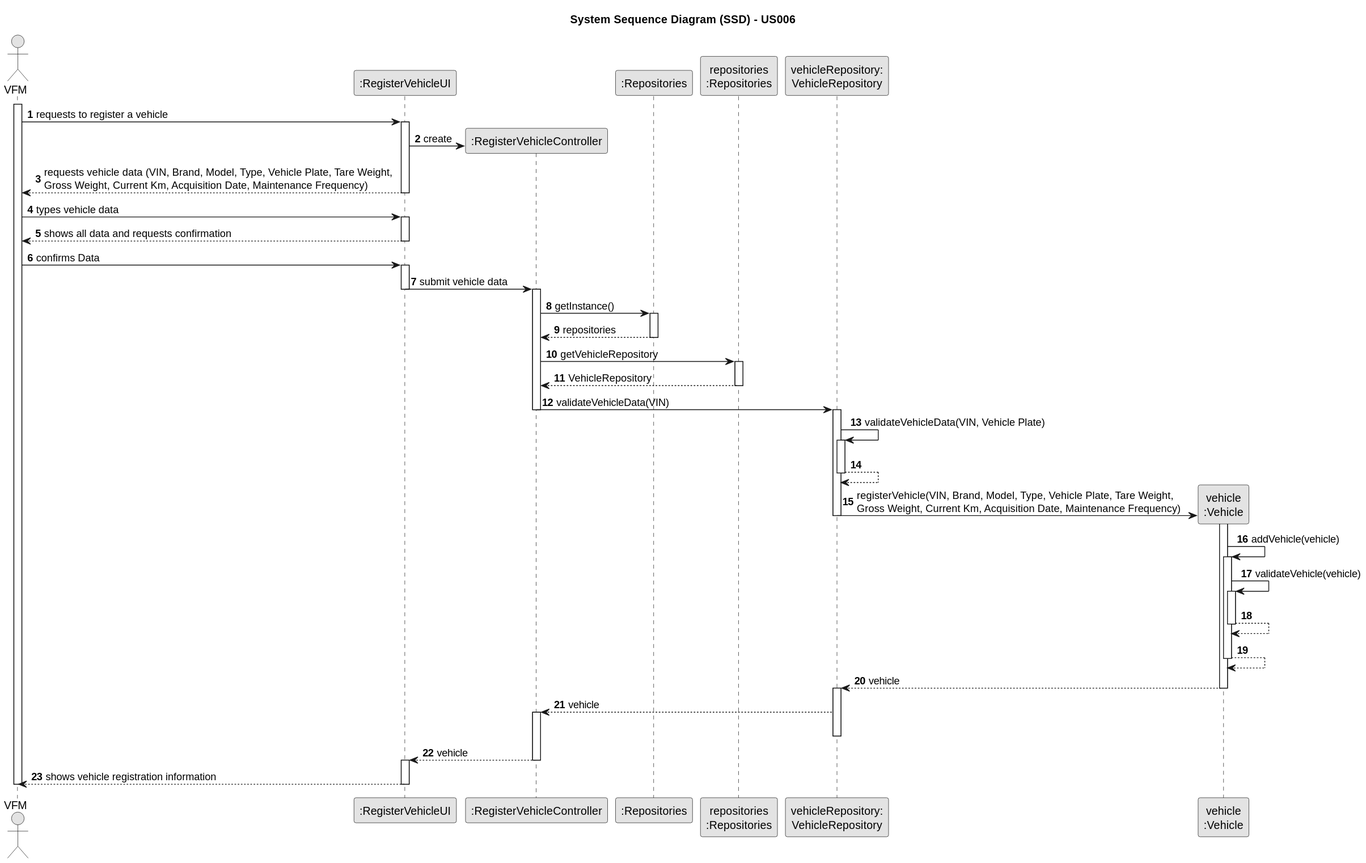
Earlier version of the PlantUML export docs/sprintB/us006/03.design/svg/us006-sequence-diagram-full.svg (ricardomm7/leaflink).
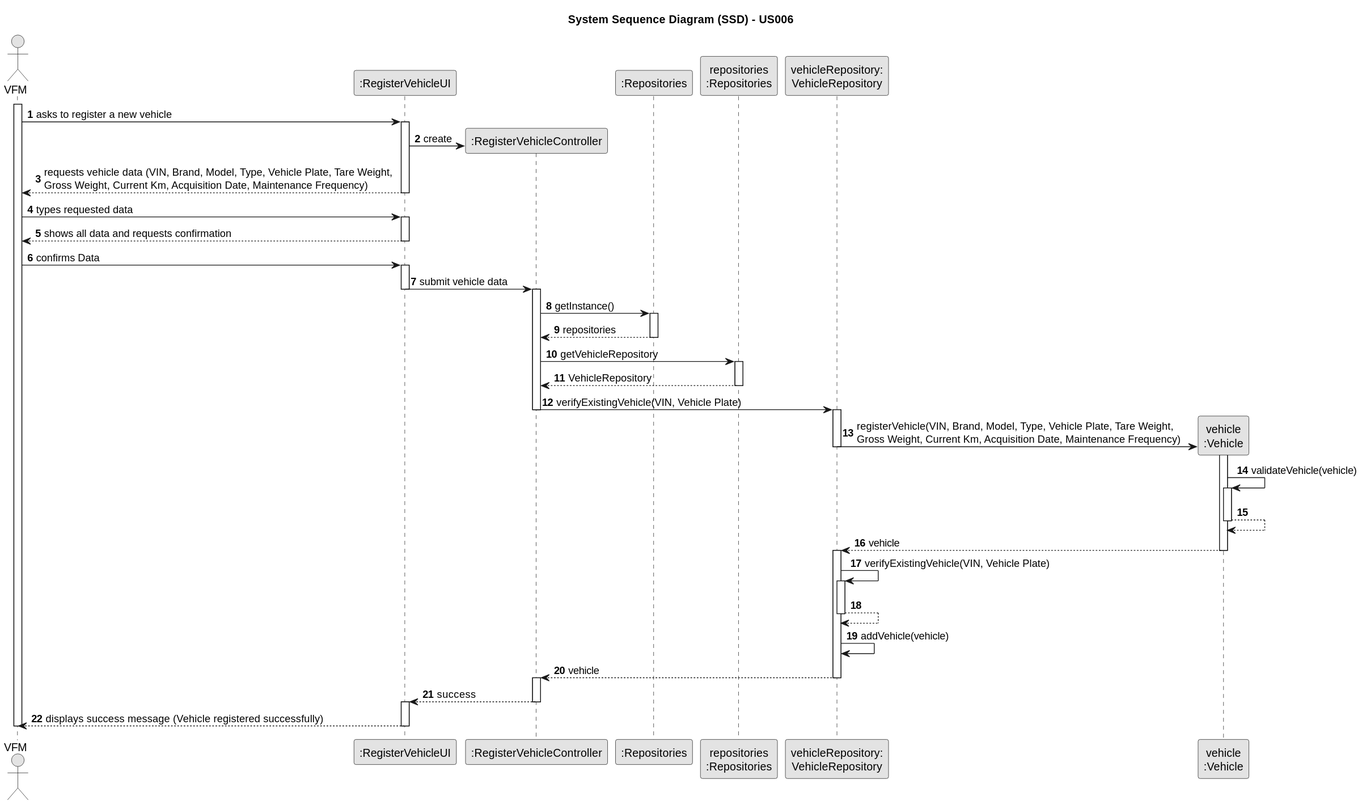
Later version of the same file.

Change to the diagram source:
```diff
@@ -17,7 +17,7 @@
 
 activate VFM
 
-    VFM -> UI : requests to register a vehicle
+    VFM -> UI : asks to register a new vehicle
     activate UI
 
         UI -> CTRL** : create
@@ -25,7 +25,7 @@
         UI --> VFM : requests vehicle data (VIN, Brand, Model, Type, Vehicle Plate, Tare Weight, \nGross Weight, Current Km, Acquisition Date, Maintenance Frequency)
         deactivate UI
 
-    VFM -> UI : types vehicle data
+    VFM -> UI : types requested data
     activate UI
 
     UI --> VFM : shows all data and requests confirmation
@@ -50,23 +50,14 @@
             PLAT --> CTRL: VehicleRepository
             deactivate PLAT
 
-        CTRL -> VehicleRepository : validateVehicleData(VIN)
+        CTRL -> VehicleRepository : verifyExistingVehicle(VIN, Vehicle Plate)
         deactivate CTRL
 
             activate VehicleRepository
 
-            VehicleRepository -> VehicleRepository: validateVehicleData(VIN, Vehicle Plate)
-            activate VehicleRepository
-
-            VehicleRepository --> VehicleRepository
-            deactivate VehicleRepository
-
 
             VehicleRepository -> VEI **: registerVehicle(VIN, Brand, Model, Type, Vehicle Plate, Tare Weight, \nGross Weight, Current Km, Acquisition Date, Maintenance Frequency)
         deactivate VehicleRepository
-            activate VEI
-
-            VEI -> VEI: addVehicle(vehicle)
             activate VEI
 
             VEI -> VEI: validateVehicle(vehicle)
@@ -75,23 +66,29 @@
             VEI --> VEI
             deactivate VEI
 
-            VEI --> VEI
-            deactivate VEI
-
             VEI --> VehicleRepository: vehicle
             deactivate VEI
             activate VehicleRepository
 
-            VehicleRepository --> CTRL: vehicle
-            activate CTRL
-            deactivate VehicleRepository
+            VehicleRepository -> VehicleRepository: verifyExistingVehicle(VIN, Vehicle Plate)
+                        activate VehicleRepository
+
+                        VehicleRepository --> VehicleRepository
+                        deactivate VehicleRepository
+
+                        VehicleRepository -> VehicleRepository: addVehicle(vehicle)
 
 
-            CTRL --> UI : vehicle
+            VehicleRepository --> CTRL: vehicle
+            deactivate VehicleRepository
+            activate CTRL
+
+
+            CTRL --> UI : success
             deactivate CTRL
             activate UI
 
-    UI --> VFM : shows vehicle registration information
+    UI --> VFM : displays success message (Vehicle registered successfully)
     deactivate UI
 
 deactivate VFM
```
